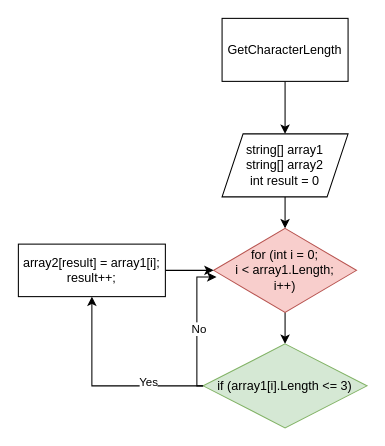
The draw.io diagram BlokSxema.drawio in Dimmagi0/DZ_It_Kont_Rab, before the edit. Source tidied: cells renumbered, new cells numbered last; positions are measured from the earlier drawing's top-left corner, leaving out a move shared by most shapes. Both pictures are drawn from the tidied source at 105%, with x=0, y=0 at pixel (18, 18).
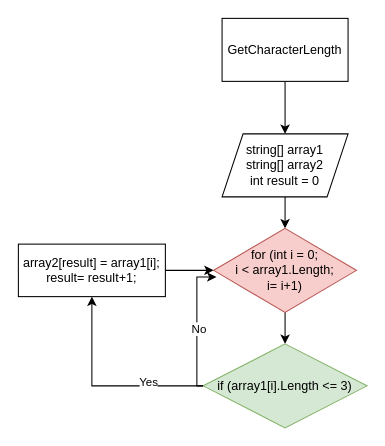
The same page after the edit.

The edit, as a diff of the source:
```diff
@@
 <mxGraphModel>
   <root>
     <mxCell id="0" />
     <mxCell id="1" parent="0" />
     <mxCell id="2" style="edgeStyle=orthogonalEdgeStyle;rounded=0;jettySize=auto;html=1;exitX=0.5;exitY=1;exitDx=0;exitDy=0;entryX=0.5;entryY=0;entryDx=0;entryDy=0;" parent="1" edge="1" source="3" target="5">
       <mxGeometry relative="1" as="geometry" />
     </mxCell>
     <mxCell id="3" value="GetCharacterLength" style="rounded=0;whiteSpace=wrap;html=1;" parent="1" vertex="1">
       <mxGeometry x="194" width="120" height="60" as="geometry" />
     </mxCell>
     <mxCell id="4" style="edgeStyle=orthogonalEdgeStyle;rounded=0;jettySize=auto;html=1;exitX=0.5;exitY=1;exitDx=0;exitDy=0;entryX=0.5;entryY=0;entryDx=0;entryDy=0;" parent="1" edge="1" source="5" target="7">
       <mxGeometry relative="1" as="geometry" />
     </mxCell>
     <mxCell id="5" value="string[] array1&lt;br&gt;string[] array2&lt;br&gt;int result = 0" style="shape=parallelogram;perimeter=parallelogramPerimeter;whiteSpace=wrap;html=1;fixedSize=1;" parent="1" vertex="1">
       <mxGeometry x="194" y="110" width="120" height="60" as="geometry" />
     </mxCell>
     <mxCell id="6" style="edgeStyle=orthogonalEdgeStyle;rounded=0;jettySize=auto;html=1;exitX=0.5;exitY=1;exitDx=0;exitDy=0;entryX=0.5;entryY=0;entryDx=0;entryDy=0;" parent="1" edge="1" source="7" target="10">
       <mxGeometry relative="1" as="geometry" />
     </mxCell>
-    <mxCell id="7" value="for (int i = 0; &lt;br&gt;i &amp;lt; array1.Length;&lt;br&gt;i++)" style="rhombus;whiteSpace=wrap;html=1;fillColor=#f8cecc;strokeColor=#b85450;" parent="1" vertex="1">
+    <mxCell id="7" value="for (int i = 0; &lt;br&gt;i &amp;lt; array1.Length;&lt;br&gt;i= i+1)" style="rhombus;whiteSpace=wrap;html=1;fillColor=#f8cecc;strokeColor=#b85450;" parent="1" vertex="1">
       <mxGeometry x="186" y="200" width="136" height="80" as="geometry" />
     </mxCell>
     <mxCell id="8" style="edgeStyle=orthogonalEdgeStyle;rounded=0;jettySize=auto;html=1;exitX=0;exitY=0.5;exitDx=0;exitDy=0;entryX=0.5;entryY=1;entryDx=0;entryDy=0;" parent="1" edge="1" source="10" target="12">
       <mxGeometry relative="1" as="geometry" />
     </mxCell>
     <mxCell id="9" value="Yes" style="edgeLabel;html=1;align=center;verticalAlign=middle;" parent="8" vertex="1">
       <mxGeometry x="-0.45" y="-4" relative="1" as="geometry" />
     </mxCell>
     <mxCell id="10" value="if (array1[i].Length &amp;lt;= 3)" style="rhombus;whiteSpace=wrap;html=1;fillColor=#d5e8d4;strokeColor=#82b366;" parent="1" vertex="1">
       <mxGeometry x="176" y="310" width="156" height="80" as="geometry" />
     </mxCell>
     <mxCell id="11" style="edgeStyle=orthogonalEdgeStyle;rounded=0;jettySize=auto;html=1;entryX=0;entryY=0.5;entryDx=0;entryDy=0;" parent="1" edge="1" source="12" target="7">
       <mxGeometry relative="1" as="geometry" />
     </mxCell>
-    <mxCell id="12" value="array2[result] = array1[i];&lt;br&gt;result++;" style="rounded=0;whiteSpace=wrap;html=1;" parent="1" vertex="1">
+    <mxCell id="12" value="array2[result] = array1[i];&lt;br&gt;result= result+1;" style="rounded=0;whiteSpace=wrap;html=1;" parent="1" vertex="1">
       <mxGeometry y="215" width="140" height="50" as="geometry" />
     </mxCell>
     <mxCell id="13" style="edgeStyle=orthogonalEdgeStyle;rounded=0;jettySize=auto;html=1;exitX=0;exitY=0.5;exitDx=0;exitDy=0;entryX=0.02;entryY=0.579;entryDx=0;entryDy=0;entryPerimeter=0;" parent="1" edge="1" source="10" target="7">
       <mxGeometry relative="1" as="geometry">
         <Array as="points">
           <mxPoint x="170" y="350" />
           <mxPoint x="170" y="246" />
         </Array>
       </mxGeometry>
     </mxCell>
     <mxCell id="14" value="No" style="edgeLabel;html=1;align=center;verticalAlign=middle;" parent="13" vertex="1">
       <mxGeometry x="-0.05" y="-1" relative="1" as="geometry" />
     </mxCell>
   </root>
 </mxGraphModel>
```
